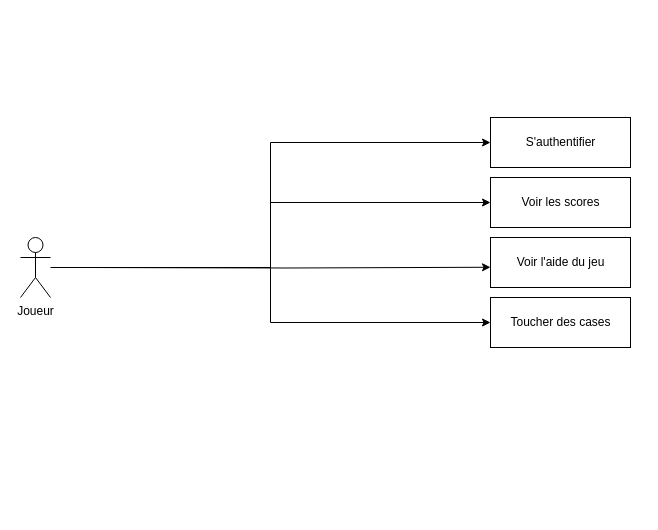
Above: documentation/Use Cases Scénarios/UseCases_V1.0.1.drawio in Neliott/BatailleNavale (draw.io), before the change. Source tidied: cells renumbered, new cells numbered last; positions are measured from the earlier drawing's top-left corner, leaving out a move shared by most shapes. Both pictures are drawn from the tidied source at 100%, with x=0, y=0 at pixel (20, 117).
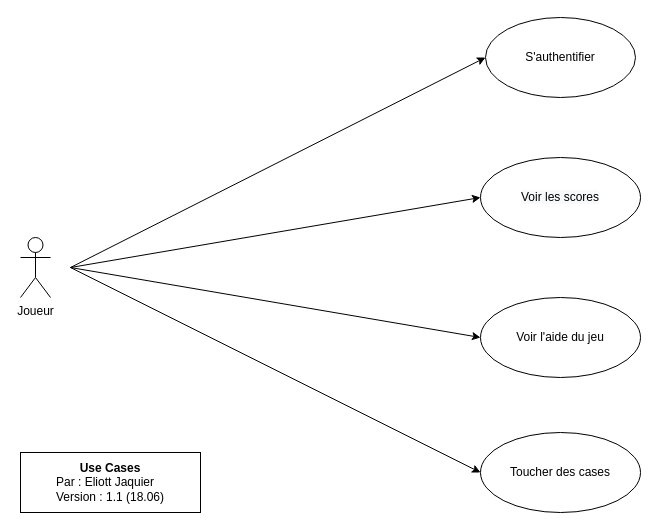
Above is the later version.

What changed in the source:
```diff
@@
 <mxGraphModel>
   <root>
     <mxCell id="0" />
     <mxCell id="1" parent="0" />
-    <mxCell id="2" style="edgeStyle=orthogonalEdgeStyle;rounded=0;jettySize=auto;html=1;entryX=0;entryY=0.5;entryDx=0;entryDy=0;" parent="1" edge="1" source="6" target="8">
-      <mxGeometry relative="1" as="geometry" />
-    </mxCell>
-    <mxCell id="3" style="edgeStyle=orthogonalEdgeStyle;rounded=0;jettySize=auto;html=1;entryX=0;entryY=0.5;entryDx=0;entryDy=0;" parent="1" edge="1" target="7">
-      <mxGeometry relative="1" as="geometry">
-        <mxPoint x="40" y="150" as="sourcePoint" />
-        <Array as="points">
-          <mxPoint x="250" y="150" />
-          <mxPoint x="250" y="205" />
-        </Array>
-      </mxGeometry>
-    </mxCell>
-    <mxCell id="4" style="edgeStyle=orthogonalEdgeStyle;rounded=0;jettySize=auto;html=1;entryX=0;entryY=0.595;entryDx=0;entryDy=0;entryPerimeter=0;" parent="1" edge="1" target="10">
-      <mxGeometry relative="1" as="geometry">
-        <mxPoint x="60" y="150" as="sourcePoint" />
-      </mxGeometry>
-    </mxCell>
-    <mxCell id="5" style="edgeStyle=orthogonalEdgeStyle;rounded=0;jettySize=auto;html=1;entryX=0;entryY=0.5;entryDx=0;entryDy=0;" parent="1" edge="1" target="9">
-      <mxGeometry relative="1" as="geometry">
-        <mxPoint x="40" y="150" as="sourcePoint" />
-        <Array as="points">
-          <mxPoint x="250" y="150" />
-          <mxPoint x="250" y="85" />
-        </Array>
-      </mxGeometry>
-    </mxCell>
     <mxCell id="6" value="Joueur" style="shape=umlActor;verticalLabelPosition=bottom;labelBackgroundColor=#ffffff;verticalAlign=top;html=1;" parent="1" vertex="1">
       <mxGeometry y="120" width="30" height="60" as="geometry" />
     </mxCell>
-    <mxCell id="7" value="Toucher des cases" style="html=1;" parent="1" vertex="1">
-      <mxGeometry x="470" y="180" width="140" height="50" as="geometry" />
-    </mxCell>
-    <mxCell id="8" value="S'authentifier" style="html=1;" parent="1" vertex="1">
-      <mxGeometry x="470" width="140" height="50" as="geometry" />
+    <mxCell id="8" value="S'authentifier" style="ellipse;whiteSpace=wrap;html=1;rounded=1;" parent="1" vertex="1">
+      <mxGeometry x="465" y="-100" width="150" height="80" as="geometry" />
     </mxCell>
-    <mxCell id="9" value="Voir les scores" style="html=1;" parent="1" vertex="1">
-      <mxGeometry x="470" y="60" width="140" height="50" as="geometry" />
+    <mxCell id="9" value="&#10;&#10;&lt;span style=&quot;color: rgb(0, 0, 0); font-family: helvetica; font-size: 12px; font-style: normal; font-weight: 400; letter-spacing: normal; text-align: center; text-indent: 0px; text-transform: none; word-spacing: 0px; background-color: rgb(248, 249, 250); display: inline; float: none;&quot;&gt;Voir les scores&lt;/span&gt;&#10;&#10;" style="ellipse;whiteSpace=wrap;html=1;rounded=1;" parent="1" vertex="1">
+      <mxGeometry x="460" y="40" width="160" height="80" as="geometry" />
     </mxCell>
-    <mxCell id="10" value="Voir l'aide du jeu" style="html=1;" parent="1" vertex="1">
-      <mxGeometry x="470" y="120" width="140" height="50" as="geometry" />
+    <mxCell id="10" value="&lt;span&gt;Voir l'aide du jeu&lt;/span&gt;" style="ellipse;whiteSpace=wrap;html=1;rounded=1;" parent="1" vertex="1">
+      <mxGeometry x="460" y="180" width="160" height="80" as="geometry" />
     </mxCell>
+    <mxCell id="7" value="&lt;span&gt;Toucher des cases&lt;/span&gt;" style="ellipse;whiteSpace=wrap;html=1;rounded=1;" parent="1" vertex="1">
+      <mxGeometry x="460" y="315" width="160" height="80" as="geometry" />
+    </mxCell>
+    <mxCell id="11" style="endArrow=classic;html=1;entryX=0;entryY=0.5;entryDx=0;entryDy=0;" parent="1" edge="1" target="9">
+      <mxGeometry relative="1" as="geometry">
+        <mxPoint x="50" y="150" as="sourcePoint" />
+      </mxGeometry>
+    </mxCell>
+    <mxCell id="12" style="endArrow=classic;html=1;entryX=0;entryY=0.5;entryDx=0;entryDy=0;" parent="1" edge="1" target="10">
+      <mxGeometry relative="1" as="geometry">
+        <mxPoint x="50" y="150" as="sourcePoint" />
+      </mxGeometry>
+    </mxCell>
+    <mxCell id="13" style="endArrow=classic;html=1;entryX=0;entryY=0.5;entryDx=0;entryDy=0;" parent="1" edge="1" target="8">
+      <mxGeometry relative="1" as="geometry">
+        <mxPoint x="50" y="150" as="sourcePoint" />
+      </mxGeometry>
+    </mxCell>
+    <mxCell id="14" style="endArrow=classic;html=1;entryX=0;entryY=0.5;entryDx=0;entryDy=0;" parent="1" edge="1" target="7">
+      <mxGeometry relative="1" as="geometry">
+        <mxPoint x="50" y="150" as="sourcePoint" />
+      </mxGeometry>
+    </mxCell>
+    <mxCell id="15" value="&lt;b&gt;Use Cases&lt;/b&gt;&lt;br&gt;&lt;div style=&quot;text-align: left&quot;&gt;&lt;span&gt;Par : Eliott Jaquier&lt;/span&gt;&lt;/div&gt;&lt;div style=&quot;text-align: left&quot;&gt;&lt;span&gt;Version : 1.1 (18.06)&lt;/span&gt;&lt;/div&gt;" style="rounded=0;whiteSpace=wrap;html=1;" parent="1" vertex="1">
+      <mxGeometry y="335" width="180" height="60" as="geometry" />
+    </mxCell>
   </root>
 </mxGraphModel>
```
